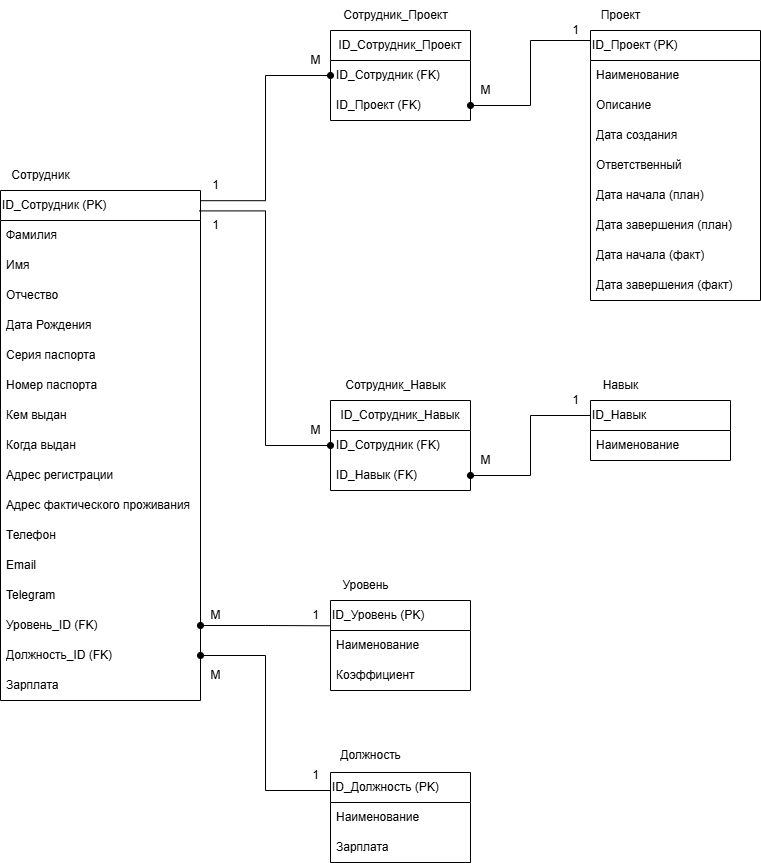
Before: IDEF1X/idef1x.drawio.png, a diagram exported from draw.io (Jamurrr/WF-Spravochnik). Source tidied: cells renumbered, new cells last; positions are measured from the earlier drawing's top-left corner, leaving out a move shared by most shapes. Source of this version:
```xml
<mxGraphModel>
  <root>
    <mxCell id="0" />
    <mxCell id="1" parent="0" />
    <mxCell id="2" style="group;" parent="1" vertex="1">
      <mxGeometry y="160" width="200" height="450" as="geometry" />
    </mxCell>
    <mxCell id="3" value="ID_Сотрудник (PK)" style="swimlane;fontStyle=0;horizontal=1;startSize=30;whiteSpace=wrap;html=1;swimlaneLine=1;align=left;" parent="2" vertex="1">
      <mxGeometry y="30" width="200" height="510" as="geometry" />
    </mxCell>
    <mxCell id="4" value="Фамилия" style="text;strokeColor=none;fillColor=none;align=left;verticalAlign=middle;spacingLeft=4;spacingRight=4;overflow=hidden;whiteSpace=wrap;html=1;" parent="3" vertex="1">
      <mxGeometry y="30" width="200" height="30" as="geometry" />
    </mxCell>
    <mxCell id="5" value="Имя" style="text;strokeColor=none;fillColor=none;align=left;verticalAlign=middle;spacingLeft=4;spacingRight=4;overflow=hidden;whiteSpace=wrap;html=1;" parent="3" vertex="1">
      <mxGeometry y="60" width="200" height="30" as="geometry" />
    </mxCell>
    <mxCell id="6" value="Отчество" style="text;strokeColor=none;fillColor=none;align=left;verticalAlign=middle;spacingLeft=4;spacingRight=4;overflow=hidden;whiteSpace=wrap;html=1;" parent="3" vertex="1">
      <mxGeometry y="90" width="200" height="30" as="geometry" />
    </mxCell>
    <mxCell id="7" value="Дата Рождения" style="text;strokeColor=none;fillColor=none;align=left;verticalAlign=middle;spacingLeft=4;spacingRight=4;overflow=hidden;whiteSpace=wrap;html=1;" parent="3" vertex="1">
      <mxGeometry y="120" width="200" height="30" as="geometry" />
    </mxCell>
    <mxCell id="8" value="Серия паспорта" style="text;strokeColor=none;fillColor=none;align=left;verticalAlign=middle;spacingLeft=4;spacingRight=4;overflow=hidden;whiteSpace=wrap;html=1;" parent="3" vertex="1">
      <mxGeometry y="150" width="200" height="30" as="geometry" />
    </mxCell>
    <mxCell id="9" value="Номер паспорта" style="text;strokeColor=none;fillColor=none;align=left;verticalAlign=middle;spacingLeft=4;spacingRight=4;overflow=hidden;whiteSpace=wrap;html=1;" parent="3" vertex="1">
      <mxGeometry y="180" width="200" height="30" as="geometry" />
    </mxCell>
    <mxCell id="10" value="Кем выдан" style="text;strokeColor=none;fillColor=none;align=left;verticalAlign=middle;spacingLeft=4;spacingRight=4;overflow=hidden;whiteSpace=wrap;html=1;" parent="3" vertex="1">
      <mxGeometry y="210" width="200" height="30" as="geometry" />
    </mxCell>
    <mxCell id="11" value="Когда выдан" style="text;strokeColor=none;fillColor=none;align=left;verticalAlign=middle;spacingLeft=4;spacingRight=4;overflow=hidden;whiteSpace=wrap;html=1;" parent="3" vertex="1">
      <mxGeometry y="240" width="200" height="30" as="geometry" />
    </mxCell>
    <mxCell id="12" value="Адрес регистрации" style="text;strokeColor=none;fillColor=none;align=left;verticalAlign=middle;spacingLeft=4;spacingRight=4;overflow=hidden;whiteSpace=wrap;html=1;" parent="3" vertex="1">
      <mxGeometry y="270" width="200" height="30" as="geometry" />
    </mxCell>
    <mxCell id="13" value="Адрес фактического проживания" style="text;strokeColor=none;fillColor=none;align=left;verticalAlign=middle;spacingLeft=4;spacingRight=4;overflow=hidden;whiteSpace=wrap;html=1;" parent="3" vertex="1">
      <mxGeometry y="300" width="200" height="30" as="geometry" />
    </mxCell>
    <mxCell id="14" value="Телефон" style="text;strokeColor=none;fillColor=none;align=left;verticalAlign=middle;spacingLeft=4;spacingRight=4;overflow=hidden;whiteSpace=wrap;html=1;" parent="3" vertex="1">
      <mxGeometry y="330" width="200" height="30" as="geometry" />
    </mxCell>
    <mxCell id="15" value="Email" style="text;strokeColor=none;fillColor=none;align=left;verticalAlign=middle;spacingLeft=4;spacingRight=4;overflow=hidden;whiteSpace=wrap;html=1;" parent="3" vertex="1">
      <mxGeometry y="360" width="200" height="30" as="geometry" />
    </mxCell>
    <mxCell id="16" value="Telegram" style="text;strokeColor=none;fillColor=none;align=left;verticalAlign=middle;spacingLeft=4;spacingRight=4;overflow=hidden;whiteSpace=wrap;html=1;" parent="3" vertex="1">
      <mxGeometry y="390" width="200" height="30" as="geometry" />
    </mxCell>
    <mxCell id="17" value="Уровень_ID (FK)" style="text;strokeColor=none;fillColor=none;align=left;verticalAlign=middle;spacingLeft=4;spacingRight=4;overflow=hidden;points=[[0,0.5],[1,0.5]];portConstraint=eastwest;whiteSpace=wrap;html=1;" parent="3" vertex="1">
      <mxGeometry y="420" width="200" height="30" as="geometry" />
    </mxCell>
    <mxCell id="18" value="Должность_ID (FK)" style="text;strokeColor=none;fillColor=none;align=left;verticalAlign=middle;spacingLeft=4;spacingRight=4;overflow=hidden;points=[[0,0.5],[1,0.5]];portConstraint=eastwest;whiteSpace=wrap;html=1;" parent="3" vertex="1">
      <mxGeometry y="450" width="200" height="30" as="geometry" />
    </mxCell>
    <mxCell id="19" value="Зарплата" style="text;strokeColor=none;fillColor=none;align=left;verticalAlign=middle;spacingLeft=4;spacingRight=4;overflow=hidden;whiteSpace=wrap;html=1;" parent="3" vertex="1">
      <mxGeometry y="480" width="200" height="30" as="geometry" />
    </mxCell>
    <mxCell id="20" value="Сотрудник" style="text;html=1;align=center;verticalAlign=middle;strokeColor=none;fillColor=none;" parent="2" vertex="1">
      <mxGeometry width="80" height="30" as="geometry" />
    </mxCell>
    <mxCell id="21" style="group;" parent="1" vertex="1">
      <mxGeometry x="330" y="570" width="140" height="120" as="geometry" />
    </mxCell>
    <mxCell id="22" value="ID_Уровень (PK)" style="swimlane;fontStyle=0;horizontal=1;startSize=30;whiteSpace=wrap;html=1;align=left;" parent="21" vertex="1">
      <mxGeometry y="30" width="140" height="90" as="geometry" />
    </mxCell>
    <mxCell id="23" value="Наименование" style="text;strokeColor=none;fillColor=none;align=left;verticalAlign=middle;spacingLeft=4;spacingRight=4;overflow=hidden;whiteSpace=wrap;html=1;" parent="22" vertex="1">
      <mxGeometry y="30" width="140" height="30" as="geometry" />
    </mxCell>
    <mxCell id="24" value="Коэффициент" style="text;strokeColor=none;fillColor=none;align=left;verticalAlign=middle;spacingLeft=4;spacingRight=4;overflow=hidden;whiteSpace=wrap;html=1;" parent="22" vertex="1">
      <mxGeometry y="60" width="140" height="30" as="geometry" />
    </mxCell>
    <mxCell id="25" value="Уровень" style="text;html=1;align=center;verticalAlign=middle;strokeColor=none;fillColor=none;" parent="21" vertex="1">
      <mxGeometry width="70" height="30" as="geometry" />
    </mxCell>
    <mxCell id="26" style="group;" parent="1" vertex="1">
      <mxGeometry x="330" y="740" width="140" height="122" as="geometry" />
    </mxCell>
    <mxCell id="27" value="ID_Должность (PK)" style="swimlane;fontStyle=0;horizontal=1;startSize=30;whiteSpace=wrap;html=1;align=left;" parent="26" vertex="1">
      <mxGeometry y="32" width="140" height="90" as="geometry" />
    </mxCell>
    <mxCell id="28" value="Наименование" style="text;strokeColor=none;fillColor=none;align=left;verticalAlign=middle;spacingLeft=4;spacingRight=4;overflow=hidden;whiteSpace=wrap;html=1;" parent="27" vertex="1">
      <mxGeometry y="30" width="140" height="30" as="geometry" />
    </mxCell>
    <mxCell id="29" value="Зарплата" style="text;strokeColor=none;fillColor=none;align=left;verticalAlign=middle;spacingLeft=4;spacingRight=4;overflow=hidden;whiteSpace=wrap;html=1;" parent="27" vertex="1">
      <mxGeometry y="60" width="140" height="30" as="geometry" />
    </mxCell>
    <mxCell id="30" value="Должность" style="text;html=1;align=center;verticalAlign=middle;strokeColor=none;fillColor=none;" parent="26" vertex="1">
      <mxGeometry width="80" height="30" as="geometry" />
    </mxCell>
    <mxCell id="31" style="group;" parent="1" vertex="1">
      <mxGeometry x="590" width="170" height="300" as="geometry" />
    </mxCell>
    <mxCell id="32" value="ID_Проект (PK)" style="swimlane;fontStyle=0;horizontal=1;startSize=30;whiteSpace=wrap;html=1;align=left;" parent="31" vertex="1">
      <mxGeometry y="30" width="170" height="270" as="geometry" />
    </mxCell>
    <mxCell id="33" value="Наименование" style="text;strokeColor=none;fillColor=none;align=left;verticalAlign=middle;spacingLeft=4;spacingRight=4;overflow=hidden;whiteSpace=wrap;html=1;" parent="32" vertex="1">
      <mxGeometry y="30" width="170" height="30" as="geometry" />
    </mxCell>
    <mxCell id="34" value="Описание" style="text;strokeColor=none;fillColor=none;align=left;verticalAlign=middle;spacingLeft=4;spacingRight=4;overflow=hidden;whiteSpace=wrap;html=1;" parent="32" vertex="1">
      <mxGeometry y="60" width="170" height="30" as="geometry" />
    </mxCell>
    <mxCell id="35" value="Дата создания" style="text;strokeColor=none;fillColor=none;align=left;verticalAlign=middle;spacingLeft=4;spacingRight=4;overflow=hidden;whiteSpace=wrap;html=1;" parent="32" vertex="1">
      <mxGeometry y="90" width="170" height="30" as="geometry" />
    </mxCell>
    <mxCell id="36" value="Ответственный" style="text;strokeColor=none;fillColor=none;align=left;verticalAlign=middle;spacingLeft=4;spacingRight=4;overflow=hidden;whiteSpace=wrap;html=1;" parent="32" vertex="1">
      <mxGeometry y="120" width="170" height="30" as="geometry" />
    </mxCell>
    <mxCell id="37" value="Дата начала (план)" style="text;strokeColor=none;fillColor=none;align=left;verticalAlign=middle;spacingLeft=4;spacingRight=4;overflow=hidden;whiteSpace=wrap;html=1;" parent="32" vertex="1">
      <mxGeometry y="150" width="170" height="30" as="geometry" />
    </mxCell>
    <mxCell id="38" value="Дата завершения (план)&amp;nbsp;" style="text;strokeColor=none;fillColor=none;align=left;verticalAlign=middle;spacingLeft=4;spacingRight=4;overflow=hidden;whiteSpace=wrap;html=1;" parent="32" vertex="1">
      <mxGeometry y="180" width="170" height="30" as="geometry" />
    </mxCell>
    <mxCell id="39" value="Дата начала (факт)" style="text;strokeColor=none;fillColor=none;align=left;verticalAlign=middle;spacingLeft=4;spacingRight=4;overflow=hidden;whiteSpace=wrap;html=1;" parent="32" vertex="1">
      <mxGeometry y="210" width="170" height="30" as="geometry" />
    </mxCell>
    <mxCell id="40" value="Дата завершения (факт)" style="text;strokeColor=none;fillColor=none;align=left;verticalAlign=middle;spacingLeft=4;spacingRight=4;overflow=hidden;whiteSpace=wrap;html=1;" parent="32" vertex="1">
      <mxGeometry y="240" width="170" height="30" as="geometry" />
    </mxCell>
    <mxCell id="41" value="Проект" style="text;html=1;align=center;verticalAlign=middle;strokeColor=none;fillColor=none;" parent="31" vertex="1">
      <mxGeometry width="60" height="30" as="geometry" />
    </mxCell>
    <mxCell id="42" style="group;" parent="1" vertex="1">
      <mxGeometry x="330" width="140" height="120" as="geometry" />
    </mxCell>
    <mxCell id="43" value="ID_Сотрудник_Проект" style="swimlane;fontStyle=0;horizontal=1;startSize=30;whiteSpace=wrap;html=1;" parent="42" vertex="1">
      <mxGeometry y="30" width="140" height="90" as="geometry" />
    </mxCell>
    <mxCell id="44" value="ID_Сотрудник (FK)" style="text;strokeColor=none;fillColor=none;align=left;verticalAlign=middle;spacingLeft=4;spacingRight=4;overflow=hidden;points=[[0,0.5],[1,0.5]];portConstraint=eastwest;whiteSpace=wrap;html=1;" parent="43" vertex="1">
      <mxGeometry y="30" width="140" height="30" as="geometry" />
    </mxCell>
    <mxCell id="45" value="ID_Проект (FK)" style="text;strokeColor=none;fillColor=none;align=left;verticalAlign=middle;spacingLeft=4;spacingRight=4;overflow=hidden;points=[[0,0.5],[1,0.5]];portConstraint=eastwest;whiteSpace=wrap;html=1;" parent="43" vertex="1">
      <mxGeometry y="60" width="140" height="30" as="geometry" />
    </mxCell>
    <mxCell id="46" value="Сотрудник_Проект" style="text;html=1;align=center;verticalAlign=middle;strokeColor=none;fillColor=none;" parent="42" vertex="1">
      <mxGeometry width="130" height="30" as="geometry" />
    </mxCell>
    <mxCell id="47" style="group;" parent="1" vertex="1">
      <mxGeometry x="330" y="370" width="140" height="120" as="geometry" />
    </mxCell>
    <mxCell id="48" value="ID_Сотрудник_Навык" style="swimlane;fontStyle=0;horizontal=1;startSize=30;whiteSpace=wrap;html=1;" parent="47" vertex="1">
      <mxGeometry y="30" width="140" height="90" as="geometry" />
    </mxCell>
    <mxCell id="49" value="ID_Сотрудник (FK)" style="text;strokeColor=none;fillColor=none;align=left;verticalAlign=middle;spacingLeft=4;spacingRight=4;overflow=hidden;points=[[0,0.5],[1,0.5]];portConstraint=eastwest;whiteSpace=wrap;html=1;" parent="48" vertex="1">
      <mxGeometry y="30" width="140" height="30" as="geometry" />
    </mxCell>
    <mxCell id="50" value="ID_Навык (FK)" style="text;strokeColor=none;fillColor=none;align=left;verticalAlign=middle;spacingLeft=4;spacingRight=4;overflow=hidden;points=[[0,0.5],[1,0.5]];portConstraint=eastwest;whiteSpace=wrap;html=1;" parent="48" vertex="1">
      <mxGeometry y="60" width="140" height="30" as="geometry" />
    </mxCell>
    <mxCell id="51" value="Сотрудник_Навык" style="text;html=1;align=center;verticalAlign=middle;strokeColor=none;fillColor=none;" parent="47" vertex="1">
      <mxGeometry x="5" width="120" height="30" as="geometry" />
    </mxCell>
    <mxCell id="52" style="group;" parent="1" vertex="1">
      <mxGeometry x="590" y="370" width="140" height="90" as="geometry" />
    </mxCell>
    <mxCell id="53" value="ID_Навык" style="swimlane;fontStyle=0;horizontal=1;startSize=30;whiteSpace=wrap;html=1;align=left;" parent="52" vertex="1">
      <mxGeometry y="30" width="140" height="60" as="geometry" />
    </mxCell>
    <mxCell id="54" value="Наименование" style="text;strokeColor=none;fillColor=none;align=left;verticalAlign=middle;spacingLeft=4;spacingRight=4;overflow=hidden;whiteSpace=wrap;html=1;" parent="53" vertex="1">
      <mxGeometry y="30" width="140" height="30" as="geometry" />
    </mxCell>
    <mxCell id="55" value="Навык" style="text;html=1;align=center;verticalAlign=middle;strokeColor=none;fillColor=none;" parent="52" vertex="1">
      <mxGeometry width="60" height="30" as="geometry" />
    </mxCell>
    <mxCell id="56" style="endArrow=oval;html=1;rounded=0;exitX=1;exitY=0.02;exitDx=0;exitDy=0;exitPerimeter=0;entryX=0;entryY=0.5;entryDx=0;entryDy=0;edgeStyle=orthogonalEdgeStyle;startArrow=none;startFill=0;endFill=1;" parent="1" edge="1" source="3" target="44">
      <mxGeometry relative="1" as="geometry" />
    </mxCell>
    <mxCell id="57" style="edgeStyle=orthogonalEdgeStyle;rounded=0;jettySize=auto;html=1;exitX=1;exitY=0.5;exitDx=0;exitDy=0;entryX=0;entryY=0.037;entryDx=0;entryDy=0;entryPerimeter=0;endArrow=none;endFill=0;startArrow=oval;startFill=1;" parent="1" edge="1" source="45" target="32">
      <mxGeometry relative="1" as="geometry" />
    </mxCell>
    <mxCell id="58" style="endArrow=none;html=1;rounded=0;exitX=0;exitY=0.5;exitDx=0;exitDy=0;entryX=0.993;entryY=0.04;entryDx=0;entryDy=0;entryPerimeter=0;edgeStyle=orthogonalEdgeStyle;startArrow=oval;startFill=1;" parent="1" edge="1" source="49" target="3">
      <mxGeometry relative="1" as="geometry" />
    </mxCell>
    <mxCell id="59" style="edgeStyle=orthogonalEdgeStyle;rounded=0;jettySize=auto;html=1;exitX=1;exitY=0.5;exitDx=0;exitDy=0;entryX=0;entryY=0.25;entryDx=0;entryDy=0;endArrow=none;endFill=0;startArrow=oval;startFill=1;" parent="1" edge="1" source="50" target="53">
      <mxGeometry relative="1" as="geometry" />
    </mxCell>
    <mxCell id="60" style="edgeStyle=orthogonalEdgeStyle;rounded=0;jettySize=auto;html=1;exitX=1;exitY=0.5;exitDx=0;exitDy=0;entryX=-0.002;entryY=0.281;entryDx=0;entryDy=0;entryPerimeter=0;endArrow=none;endFill=0;startArrow=oval;startFill=1;" parent="1" edge="1" source="17" target="22">
      <mxGeometry relative="1" as="geometry" />
    </mxCell>
    <mxCell id="61" style="edgeStyle=orthogonalEdgeStyle;rounded=0;jettySize=auto;html=1;exitX=1;exitY=0.5;exitDx=0;exitDy=0;entryX=0;entryY=0.2;entryDx=0;entryDy=0;entryPerimeter=0;endArrow=none;endFill=0;startArrow=oval;startFill=1;" parent="1" edge="1" source="18" target="27">
      <mxGeometry relative="1" as="geometry" />
    </mxCell>
    <mxCell id="62" value="1" style="text;html=1;align=center;verticalAlign=middle;strokeColor=none;fillColor=none;" parent="1" vertex="1">
      <mxGeometry x="200" y="170" width="30" height="30" as="geometry" />
    </mxCell>
    <mxCell id="63" value="M" style="text;html=1;align=center;verticalAlign=middle;strokeColor=none;fillColor=none;" parent="1" vertex="1">
      <mxGeometry x="300" y="45" width="30" height="30" as="geometry" />
    </mxCell>
    <mxCell id="64" value="M" style="text;html=1;align=center;verticalAlign=middle;strokeColor=none;fillColor=none;" parent="1" vertex="1">
      <mxGeometry x="470" y="75" width="30" height="30" as="geometry" />
    </mxCell>
    <mxCell id="65" value="1" style="text;html=1;align=center;verticalAlign=middle;strokeColor=none;fillColor=none;" parent="1" vertex="1">
      <mxGeometry x="560" y="15" width="30" height="30" as="geometry" />
    </mxCell>
    <mxCell id="66" value="1" style="text;html=1;align=center;verticalAlign=middle;strokeColor=none;fillColor=none;" parent="1" vertex="1">
      <mxGeometry x="200" y="210" width="30" height="30" as="geometry" />
    </mxCell>
    <mxCell id="67" value="M" style="text;html=1;align=center;verticalAlign=middle;strokeColor=none;fillColor=none;" parent="1" vertex="1">
      <mxGeometry x="300" y="415" width="30" height="30" as="geometry" />
    </mxCell>
    <mxCell id="68" value="M" style="text;html=1;align=center;verticalAlign=middle;strokeColor=none;fillColor=none;" parent="1" vertex="1">
      <mxGeometry x="470" y="445" width="30" height="30" as="geometry" />
    </mxCell>
    <mxCell id="69" value="1" style="text;html=1;align=center;verticalAlign=middle;strokeColor=none;fillColor=none;" parent="1" vertex="1">
      <mxGeometry x="560" y="385" width="30" height="30" as="geometry" />
    </mxCell>
    <mxCell id="70" value="M" style="text;html=1;align=center;verticalAlign=middle;strokeColor=none;fillColor=none;" parent="1" vertex="1">
      <mxGeometry x="200" y="600" width="30" height="30" as="geometry" />
    </mxCell>
    <mxCell id="71" value="1" style="text;html=1;align=center;verticalAlign=middle;strokeColor=none;fillColor=none;" parent="1" vertex="1">
      <mxGeometry x="300" y="600" width="30" height="30" as="geometry" />
    </mxCell>
    <mxCell id="72" value="M" style="text;html=1;align=center;verticalAlign=middle;strokeColor=none;fillColor=none;" parent="1" vertex="1">
      <mxGeometry x="200" y="660" width="30" height="30" as="geometry" />
    </mxCell>
    <mxCell id="73" value="1" style="text;html=1;align=center;verticalAlign=middle;strokeColor=none;fillColor=none;" parent="1" vertex="1">
      <mxGeometry x="300" y="760" width="30" height="30" as="geometry" />
    </mxCell>
  </root>
</mxGraphModel>
```
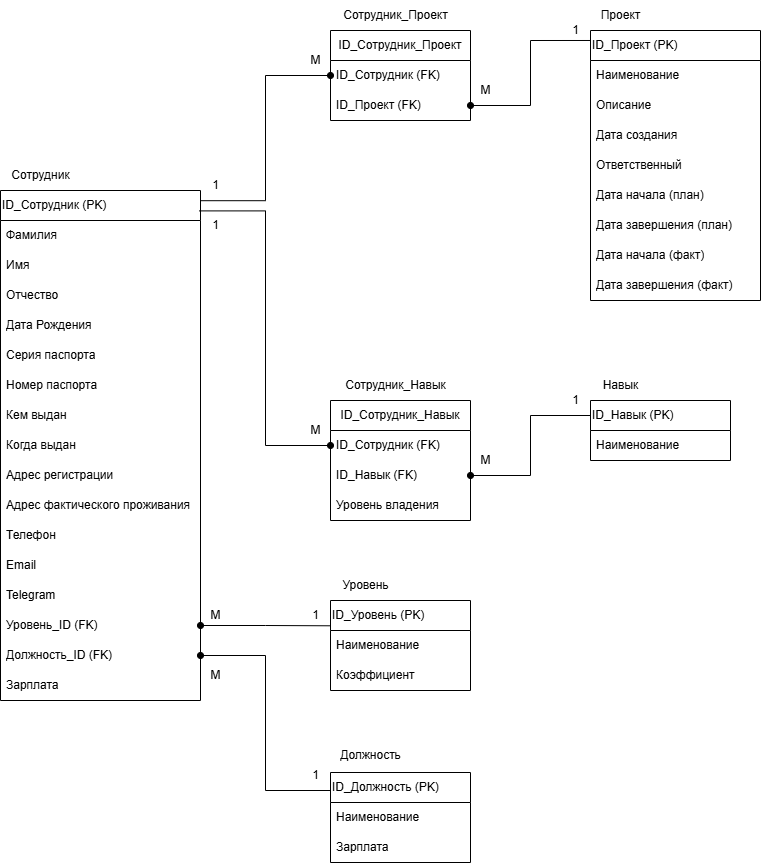
After the change.

What changed in the source:
```diff
@@ -141,7 +141,7 @@
       <mxGeometry x="330" y="370" width="140" height="120" as="geometry" />
     </mxCell>
     <mxCell id="48" value="ID_Сотрудник_Навык" style="swimlane;fontStyle=0;horizontal=1;startSize=30;whiteSpace=wrap;html=1;" parent="47" vertex="1">
-      <mxGeometry y="30" width="140" height="90" as="geometry" />
+      <mxGeometry y="30" width="140" height="120" as="geometry" />
     </mxCell>
     <mxCell id="49" value="ID_Сотрудник (FK)" style="text;strokeColor=none;fillColor=none;align=left;verticalAlign=middle;spacingLeft=4;spacingRight=4;overflow=hidden;points=[[0,0.5],[1,0.5]];portConstraint=eastwest;whiteSpace=wrap;html=1;" parent="48" vertex="1">
       <mxGeometry y="30" width="140" height="30" as="geometry" />
@@ -149,13 +149,16 @@
     <mxCell id="50" value="ID_Навык (FK)" style="text;strokeColor=none;fillColor=none;align=left;verticalAlign=middle;spacingLeft=4;spacingRight=4;overflow=hidden;points=[[0,0.5],[1,0.5]];portConstraint=eastwest;whiteSpace=wrap;html=1;" parent="48" vertex="1">
       <mxGeometry y="60" width="140" height="30" as="geometry" />
     </mxCell>
+    <mxCell id="74" value="Уровень владения" style="text;strokeColor=none;fillColor=none;align=left;verticalAlign=middle;spacingLeft=4;spacingRight=4;overflow=hidden;whiteSpace=wrap;html=1;" parent="48" vertex="1">
+      <mxGeometry y="90" width="140" height="30" as="geometry" />
+    </mxCell>
     <mxCell id="51" value="Сотрудник_Навык" style="text;html=1;align=center;verticalAlign=middle;strokeColor=none;fillColor=none;" parent="47" vertex="1">
       <mxGeometry x="5" width="120" height="30" as="geometry" />
     </mxCell>
     <mxCell id="52" style="group;" parent="1" vertex="1">
       <mxGeometry x="590" y="370" width="140" height="90" as="geometry" />
     </mxCell>
-    <mxCell id="53" value="ID_Навык" style="swimlane;fontStyle=0;horizontal=1;startSize=30;whiteSpace=wrap;html=1;align=left;" parent="52" vertex="1">
+    <mxCell id="53" value="ID_Навык (PK)" style="swimlane;fontStyle=0;horizontal=1;startSize=30;whiteSpace=wrap;html=1;align=left;" parent="52" vertex="1">
       <mxGeometry y="30" width="140" height="60" as="geometry" />
     </mxCell>
     <mxCell id="54" value="Наименование" style="text;strokeColor=none;fillColor=none;align=left;verticalAlign=middle;spacingLeft=4;spacingRight=4;overflow=hidden;whiteSpace=wrap;html=1;" parent="53" vertex="1">
```
